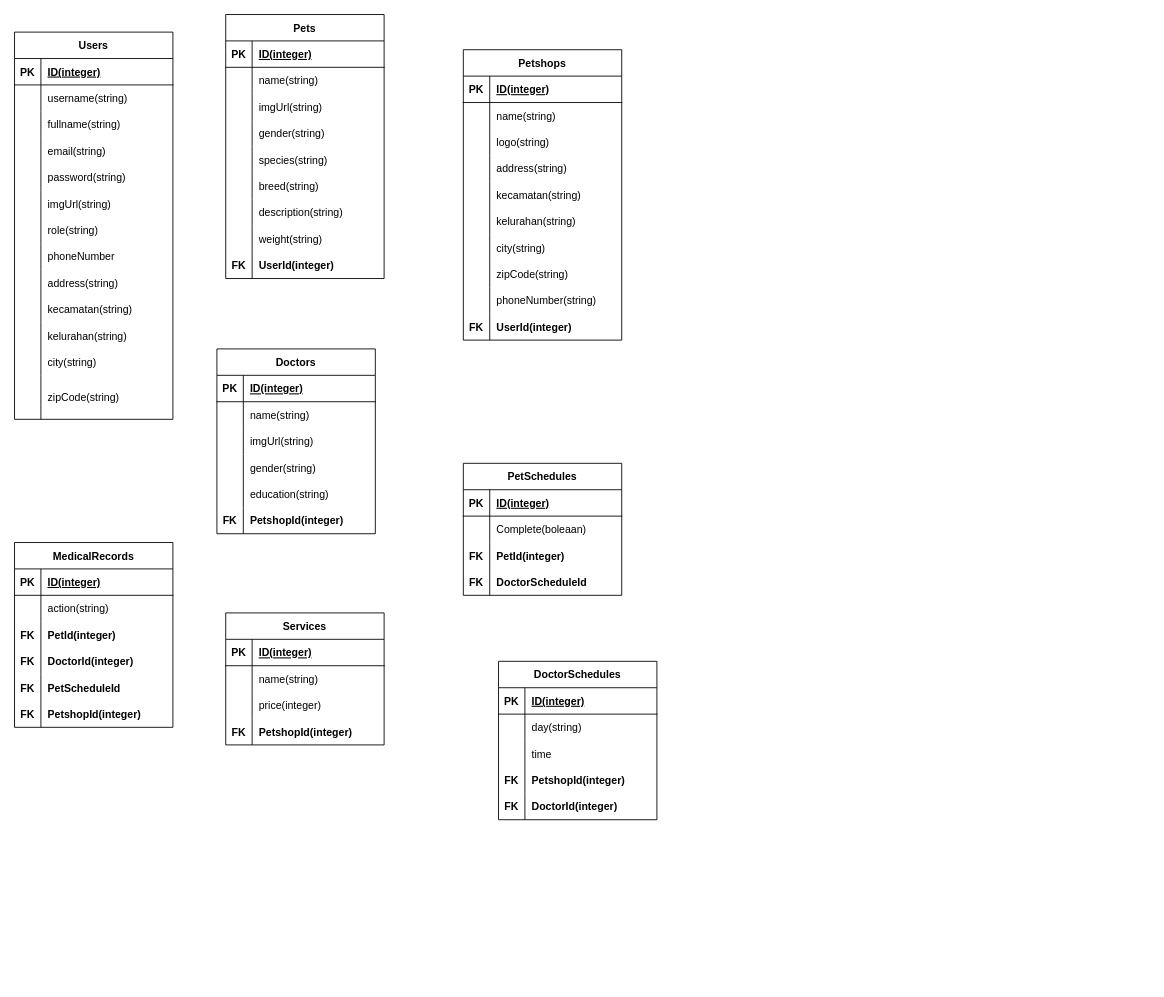
The draw.io diagram petPlus.drawio in Pet-Plus-Hackiv8/fsjs-t1-final-server, before the edit. Source tidied: cells renumbered, new cells numbered last; positions are measured from the earlier drawing's top-left corner, leaving out a move shared by most shapes. Both pictures are drawn from the tidied source at 88%, with x=0, y=0 at pixel (14, 14).
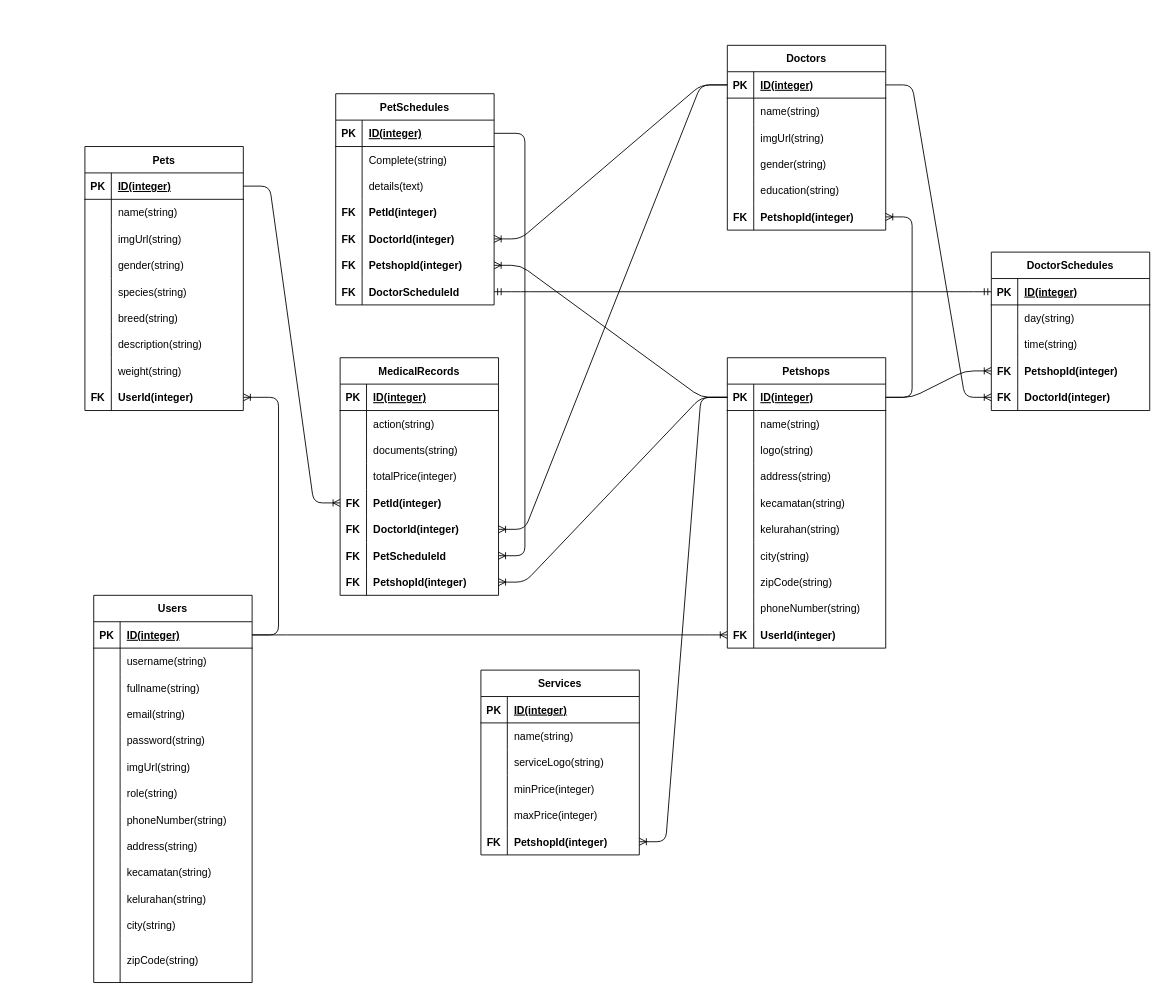
After the change.

Commit message:
feat: finish erd

Unchanged cells that the change refers to:
```xml
<mxCell id="3" style="shape=tableRow;horizontal=0;startSize=0;swimlaneHead=0;swimlaneBody=0;fillColor=none;points=[[0,0.5],[1,0.5]];portConstraint=eastwest;top=0;left=0;right=0;bottom=1;" parent="2" vertex="1">
  <mxGeometry y="30" width="180" height="30" as="geometry" />
</mxCell>
<mxCell id="24" style="shape=tableRow;horizontal=0;startSize=0;swimlaneHead=0;swimlaneBody=0;fillColor=none;top=0;left=0;right=0;bottom=0;" parent="2" vertex="1">
  <mxGeometry y="240" width="180" height="30" as="geometry" />
</mxCell>
<mxCell id="43" style="shape=tableRow;horizontal=0;startSize=0;swimlaneHead=0;swimlaneBody=0;fillColor=none;points=[[0,0.5],[1,0.5]];portConstraint=eastwest;top=0;left=0;right=0;bottom=1;" parent="42" vertex="1">
  <mxGeometry y="30" width="180" height="30" as="geometry" />
</mxCell>
<mxCell id="67" style="shape=tableRow;horizontal=0;startSize=0;swimlaneHead=0;swimlaneBody=0;fillColor=none;points=[[0,0.5],[1,0.5]];portConstraint=eastwest;top=0;left=0;right=0;bottom=0;" parent="42" vertex="1">
  <mxGeometry y="270" width="180" height="30" as="geometry" />
</mxCell>
<mxCell id="71" style="shape=tableRow;horizontal=0;startSize=0;swimlaneHead=0;swimlaneBody=0;fillColor=none;points=[[0,0.5],[1,0.5]];portConstraint=eastwest;top=0;left=0;right=0;bottom=1;" parent="70" vertex="1">
  <mxGeometry y="30" width="180" height="30" as="geometry" />
</mxCell>
<mxCell id="98" style="shape=tableRow;horizontal=0;startSize=0;swimlaneHead=0;swimlaneBody=0;fillColor=none;points=[[0,0.5],[1,0.5]];portConstraint=eastwest;top=0;left=0;right=0;bottom=0;" parent="70" vertex="1">
  <mxGeometry y="300" width="180" height="30" as="geometry" />
</mxCell>
<mxCell id="102" style="shape=tableRow;horizontal=0;startSize=0;swimlaneHead=0;swimlaneBody=0;fillColor=none;points=[[0,0.5],[1,0.5]];portConstraint=eastwest;top=0;left=0;right=0;bottom=1;" parent="101" vertex="1">
  <mxGeometry y="30" width="180" height="30" as="geometry" />
</mxCell>
<mxCell id="117" style="shape=tableRow;horizontal=0;startSize=0;swimlaneHead=0;swimlaneBody=0;fillColor=none;points=[[0,0.5],[1,0.5]];portConstraint=eastwest;top=0;left=0;right=0;bottom=0;" parent="101" vertex="1">
  <mxGeometry y="180" width="180" height="30" as="geometry" />
</mxCell>
<mxCell id="121" style="shape=tableRow;horizontal=0;startSize=0;swimlaneHead=0;swimlaneBody=0;fillColor=none;points=[[0,0.5],[1,0.5]];portConstraint=eastwest;top=0;left=0;right=0;bottom=1;" parent="120" vertex="1">
  <mxGeometry y="30" width="180" height="30" as="geometry" />
</mxCell>
<mxCell id="124" style="shape=tableRow;horizontal=0;startSize=0;swimlaneHead=0;swimlaneBody=0;fillColor=none;top=0;left=0;right=0;bottom=0;" parent="120" vertex="1">
  <mxGeometry y="60" width="180" height="30" as="geometry" />
</mxCell>
<mxCell id="166" style="shape=tableRow;horizontal=0;startSize=0;swimlaneHead=0;swimlaneBody=0;fillColor=none;points=[[0,0.5],[1,0.5]];portConstraint=eastwest;top=0;left=0;right=0;bottom=1;" parent="165" vertex="1">
  <mxGeometry y="30" width="180" height="30" as="geometry" />
</mxCell>
<mxCell id="172" style="shape=tableRow;horizontal=0;startSize=0;swimlaneHead=0;swimlaneBody=0;fillColor=none;top=0;left=0;right=0;bottom=0;" parent="165" vertex="1">
  <mxGeometry y="90" width="180" height="30" as="geometry" />
</mxCell>
<mxCell id="175" style="shape=tableRow;horizontal=0;startSize=0;swimlaneHead=0;swimlaneBody=0;fillColor=none;points=[[0,0.5],[1,0.5]];portConstraint=eastwest;top=0;left=0;right=0;bottom=0;" parent="165" vertex="1">
  <mxGeometry y="120" width="180" height="30" as="geometry" />
</mxCell>
<mxCell id="178" style="shape=tableRow;horizontal=0;startSize=0;swimlaneHead=0;swimlaneBody=0;fillColor=none;points=[[0,0.5],[1,0.5]];portConstraint=eastwest;top=0;left=0;right=0;bottom=0;" parent="165" vertex="1">
  <mxGeometry y="150" width="180" height="30" as="geometry" />
</mxCell>
```

What changed in the source:
```diff
@@
     <mxCell id="2" value="Users" style="shape=table;startSize=30;childLayout=tableLayout;rowLines=0;fontStyle=1;align=center;" parent="1" vertex="1">
-      <mxGeometry y="20" width="180" height="440" as="geometry" />
+      <mxGeometry x="90" y="660" width="180" height="440" as="geometry" />
     </mxCell>
@@
-    <mxCell id="26" value="phoneNumber" style="shape=partialRectangle;fillColor=none;top=0;left=0;bottom=0;right=0;align=left;spacingLeft=6;overflow=hidden;" parent="24" vertex="1">
+    <mxCell id="26" value="phoneNumber(string)" style="shape=partialRectangle;fillColor=none;top=0;left=0;bottom=0;right=0;align=left;spacingLeft=6;overflow=hidden;" parent="24" vertex="1">
       <mxGeometry x="30" width="150" height="30" as="geometry" />
     </mxCell>
@@
     <mxCell id="42" value="Pets" style="shape=table;startSize=30;childLayout=tableLayout;rowLines=0;fontStyle=1;align=center;" parent="1" vertex="1">
-      <mxGeometry x="240" width="180" height="300" as="geometry" />
+      <mxGeometry x="80" y="150" width="180" height="300" as="geometry" />
     </mxCell>
@@
     <mxCell id="70" value="Petshops" style="shape=table;startSize=30;childLayout=tableLayout;rowLines=0;fontStyle=1;align=center;" parent="1" vertex="1">
-      <mxGeometry x="510" y="40" width="180" height="330" as="geometry" />
+      <mxGeometry x="810" y="390" width="180" height="330" as="geometry" />
     </mxCell>
@@
     <mxCell id="101" value="Doctors" style="shape=table;startSize=30;childLayout=tableLayout;rowLines=0;fontStyle=1;align=center;" parent="1" vertex="1">
-      <mxGeometry x="230" y="380" width="180" height="210" as="geometry" />
+      <mxGeometry x="810" y="35" width="180" height="210" as="geometry" />
     </mxCell>
@@
     <mxCell id="120" value="PetSchedules" style="shape=table;startSize=30;childLayout=tableLayout;rowLines=0;fontStyle=1;align=center;" parent="1" vertex="1">
-      <mxGeometry x="510" y="510" width="180" height="150" as="geometry" />
+      <mxGeometry x="365" y="90" width="180" height="240" as="geometry" />
     </mxCell>
@@
-    <mxCell id="126" value="Complete(boleaan)" style="shape=partialRectangle;fillColor=none;top=0;left=0;bottom=0;right=0;align=left;spacingLeft=6;overflow=hidden;" parent="124" vertex="1">
+    <mxCell id="126" value="Complete(string)" style="shape=partialRectangle;fillColor=none;top=0;left=0;bottom=0;right=0;align=left;spacingLeft=6;overflow=hidden;" parent="124" vertex="1">
       <mxGeometry x="30" width="150" height="30" as="geometry" />
     </mxCell>
+    <mxCell id="181" style="shape=tableRow;horizontal=0;startSize=0;swimlaneHead=0;swimlaneBody=0;fillColor=none;top=0;left=0;right=0;bottom=0;" parent="120" vertex="1">
+      <mxGeometry y="90" width="180" height="30" as="geometry" />
+    </mxCell>
+    <mxCell id="182" style="shape=partialRectangle;fillColor=none;top=0;left=0;bottom=0;right=0;overflow=hidden;" parent="181" vertex="1">
+      <mxGeometry width="30" height="30" as="geometry" />
+    </mxCell>
+    <mxCell id="183" value="details(text)" style="shape=partialRectangle;fillColor=none;top=0;left=0;bottom=0;right=0;align=left;spacingLeft=6;overflow=hidden;" parent="181" vertex="1">
+      <mxGeometry x="30" width="150" height="30" as="geometry" />
+    </mxCell>
     <mxCell id="127" style="shape=tableRow;horizontal=0;startSize=0;swimlaneHead=0;swimlaneBody=0;fillColor=none;top=0;left=0;right=0;bottom=0;" parent="120" vertex="1">
-      <mxGeometry y="90" width="180" height="30" as="geometry" />
+      <mxGeometry y="120" width="180" height="30" as="geometry" />
     </mxCell>
@@
+    <mxCell id="184" style="shape=tableRow;horizontal=0;startSize=0;swimlaneHead=0;swimlaneBody=0;fillColor=none;points=[[0,0.5],[1,0.5]];portConstraint=eastwest;top=0;left=0;right=0;bottom=0;" parent="120" vertex="1">
+      <mxGeometry y="150" width="180" height="30" as="geometry" />
+    </mxCell>
+    <mxCell id="185" value="FK" style="shape=partialRectangle;fillColor=none;top=0;left=0;bottom=0;right=0;overflow=hidden;fontStyle=1;" parent="184" vertex="1">
+      <mxGeometry width="30" height="30" as="geometry" />
+    </mxCell>
+    <mxCell id="186" value="DoctorId(integer)" style="shape=partialRectangle;fillColor=none;top=0;left=0;bottom=0;right=0;align=left;spacingLeft=6;overflow=hidden;fontStyle=1;" parent="184" vertex="1">
+      <mxGeometry x="30" width="150" height="30" as="geometry" />
+    </mxCell>
+    <mxCell id="187" style="shape=tableRow;horizontal=0;startSize=0;swimlaneHead=0;swimlaneBody=0;fillColor=none;points=[[0,0.5],[1,0.5]];portConstraint=eastwest;top=0;left=0;right=0;bottom=0;" parent="120" vertex="1">
+      <mxGeometry y="180" width="180" height="30" as="geometry" />
+    </mxCell>
+    <mxCell id="188" value="FK" style="shape=partialRectangle;fillColor=none;top=0;left=0;bottom=0;right=0;overflow=hidden;fontStyle=1;" parent="187" vertex="1">
+      <mxGeometry width="30" height="30" as="geometry" />
+    </mxCell>
+    <mxCell id="189" value="PetshopId(integer)" style="shape=partialRectangle;fillColor=none;top=0;left=0;bottom=0;right=0;align=left;spacingLeft=6;overflow=hidden;fontStyle=1;" parent="187" vertex="1">
+      <mxGeometry x="30" width="150" height="30" as="geometry" />
+    </mxCell>
     <mxCell id="130" style="shape=tableRow;horizontal=0;startSize=0;swimlaneHead=0;swimlaneBody=0;fillColor=none;points=[[0,0.5],[1,0.5]];portConstraint=eastwest;top=0;left=0;right=0;bottom=0;" parent="120" vertex="1">
-      <mxGeometry y="120" width="180" height="30" as="geometry" />
+      <mxGeometry y="210" width="180" height="30" as="geometry" />
     </mxCell>
@@
     <mxCell id="133" value="MedicalRecords" style="shape=table;startSize=30;childLayout=tableLayout;rowLines=0;fontStyle=1;align=center;" parent="1" vertex="1">
-      <mxGeometry y="600" width="180" height="210" as="geometry" />
+      <mxGeometry x="370" y="390" width="180" height="270" as="geometry" />
     </mxCell>
@@
+    <mxCell id="190" style="shape=tableRow;horizontal=0;startSize=0;swimlaneHead=0;swimlaneBody=0;fillColor=none;top=0;left=0;right=0;bottom=0;" parent="133" vertex="1">
+      <mxGeometry y="90" width="180" height="30" as="geometry" />
+    </mxCell>
+    <mxCell id="191" style="shape=partialRectangle;fillColor=none;top=0;left=0;bottom=0;right=0;overflow=hidden;" parent="190" vertex="1">
+      <mxGeometry width="30" height="30" as="geometry" />
+    </mxCell>
+    <mxCell id="192" value="documents(string)" style="shape=partialRectangle;fillColor=none;top=0;left=0;bottom=0;right=0;align=left;spacingLeft=6;overflow=hidden;" parent="190" vertex="1">
+      <mxGeometry x="30" width="150" height="30" as="geometry" />
+    </mxCell>
+    <mxCell id="193" style="shape=tableRow;horizontal=0;startSize=0;swimlaneHead=0;swimlaneBody=0;fillColor=none;top=0;left=0;right=0;bottom=0;" parent="133" vertex="1">
+      <mxGeometry y="120" width="180" height="30" as="geometry" />
+    </mxCell>
+    <mxCell id="194" style="shape=partialRectangle;fillColor=none;top=0;left=0;bottom=0;right=0;overflow=hidden;" parent="193" vertex="1">
+      <mxGeometry width="30" height="30" as="geometry" />
+    </mxCell>
+    <mxCell id="195" value="totalPrice(integer)" style="shape=partialRectangle;fillColor=none;top=0;left=0;bottom=0;right=0;align=left;spacingLeft=6;overflow=hidden;" parent="193" vertex="1">
+      <mxGeometry x="30" width="150" height="30" as="geometry" />
+    </mxCell>
     <mxCell id="140" style="shape=tableRow;horizontal=0;startSize=0;swimlaneHead=0;swimlaneBody=0;fillColor=none;points=[[0,0.5],[1,0.5]];portConstraint=eastwest;top=0;left=0;right=0;bottom=0;" parent="133" vertex="1">
-      <mxGeometry y="90" width="180" height="30" as="geometry" />
+      <mxGeometry y="150" width="180" height="30" as="geometry" />
     </mxCell>
@@
     <mxCell id="143" style="shape=tableRow;horizontal=0;startSize=0;swimlaneHead=0;swimlaneBody=0;fillColor=none;points=[[0,0.5],[1,0.5]];portConstraint=eastwest;top=0;left=0;right=0;bottom=0;" parent="133" vertex="1">
-      <mxGeometry y="120" width="180" height="30" as="geometry" />
+      <mxGeometry y="180" width="180" height="30" as="geometry" />
     </mxCell>
@@
     <mxCell id="146" style="shape=tableRow;horizontal=0;startSize=0;swimlaneHead=0;swimlaneBody=0;fillColor=none;points=[[0,0.5],[1,0.5]];portConstraint=eastwest;top=0;left=0;right=0;bottom=0;" parent="133" vertex="1">
-      <mxGeometry y="150" width="180" height="30" as="geometry" />
+      <mxGeometry y="210" width="180" height="30" as="geometry" />
     </mxCell>
@@
     <mxCell id="149" style="shape=tableRow;horizontal=0;startSize=0;swimlaneHead=0;swimlaneBody=0;fillColor=none;points=[[0,0.5],[1,0.5]];portConstraint=eastwest;top=0;left=0;right=0;bottom=0;" parent="133" vertex="1">
-      <mxGeometry y="180" width="180" height="30" as="geometry" />
+      <mxGeometry y="240" width="180" height="30" as="geometry" />
     </mxCell>
@@
     <mxCell id="152" value="Services" style="shape=table;startSize=30;childLayout=tableLayout;rowLines=0;fontStyle=1;align=center;" parent="1" vertex="1">
-      <mxGeometry x="240" y="680" width="180" height="150" as="geometry" />
+      <mxGeometry x="530" y="745" width="180" height="210" as="geometry" />
     </mxCell>
@@
+    <mxCell id="196" style="shape=tableRow;horizontal=0;startSize=0;swimlaneHead=0;swimlaneBody=0;fillColor=none;top=0;left=0;right=0;bottom=0;" parent="152" vertex="1">
+      <mxGeometry y="90" width="180" height="30" as="geometry" />
+    </mxCell>
+    <mxCell id="197" style="shape=partialRectangle;fillColor=none;top=0;left=0;bottom=0;right=0;overflow=hidden;" parent="196" vertex="1">
+      <mxGeometry width="30" height="30" as="geometry" />
+    </mxCell>
+    <mxCell id="198" value="serviceLogo(string)" style="shape=partialRectangle;fillColor=none;top=0;left=0;bottom=0;right=0;align=left;spacingLeft=6;overflow=hidden;" parent="196" vertex="1">
+      <mxGeometry x="30" width="150" height="30" as="geometry" />
+    </mxCell>
     <mxCell id="159" style="shape=tableRow;horizontal=0;startSize=0;swimlaneHead=0;swimlaneBody=0;fillColor=none;top=0;left=0;right=0;bottom=0;" parent="152" vertex="1">
-      <mxGeometry y="90" width="180" height="30" as="geometry" />
+      <mxGeometry y="120" width="180" height="30" as="geometry" />
     </mxCell>
@@
-    <mxCell id="161" value="price(integer)" style="shape=partialRectangle;fillColor=none;top=0;left=0;bottom=0;right=0;align=left;spacingLeft=6;overflow=hidden;" parent="159" vertex="1">
+    <mxCell id="161" value="minPrice(integer)" style="shape=partialRectangle;fillColor=none;top=0;left=0;bottom=0;right=0;align=left;spacingLeft=6;overflow=hidden;" parent="159" vertex="1">
       <mxGeometry x="30" width="150" height="30" as="geometry" />
     </mxCell>
+    <mxCell id="199" style="shape=tableRow;horizontal=0;startSize=0;swimlaneHead=0;swimlaneBody=0;fillColor=none;top=0;left=0;right=0;bottom=0;" parent="152" vertex="1">
+      <mxGeometry y="150" width="180" height="30" as="geometry" />
+    </mxCell>
+    <mxCell id="200" style="shape=partialRectangle;fillColor=none;top=0;left=0;bottom=0;right=0;overflow=hidden;" parent="199" vertex="1">
+      <mxGeometry width="30" height="30" as="geometry" />
+    </mxCell>
+    <mxCell id="201" value="maxPrice(integer)" style="shape=partialRectangle;fillColor=none;top=0;left=0;bottom=0;right=0;align=left;spacingLeft=6;overflow=hidden;" parent="199" vertex="1">
+      <mxGeometry x="30" width="150" height="30" as="geometry" />
+    </mxCell>
     <mxCell id="162" style="shape=tableRow;horizontal=0;startSize=0;swimlaneHead=0;swimlaneBody=0;fillColor=none;points=[[0,0.5],[1,0.5]];portConstraint=eastwest;top=0;left=0;right=0;bottom=0;" parent="152" vertex="1">
-      <mxGeometry y="120" width="180" height="30" as="geometry" />
+      <mxGeometry y="180" width="180" height="30" as="geometry" />
     </mxCell>
@@
     <mxCell id="165" value="DoctorSchedules" style="shape=table;startSize=30;childLayout=tableLayout;rowLines=0;fontStyle=1;align=center;" parent="1" vertex="1">
-      <mxGeometry x="550" y="735" width="180" height="180" as="geometry" />
+      <mxGeometry x="1110" y="270" width="180" height="180" as="geometry" />
     </mxCell>
@@
-    <mxCell id="174" value="time" style="shape=partialRectangle;fillColor=none;top=0;left=0;bottom=0;right=0;align=left;spacingLeft=6;overflow=hidden;" parent="172" vertex="1">
+    <mxCell id="174" value="time(string)" style="shape=partialRectangle;fillColor=none;top=0;left=0;bottom=0;right=0;align=left;spacingLeft=6;overflow=hidden;" parent="172" vertex="1">
       <mxGeometry x="30" width="150" height="30" as="geometry" />
     </mxCell>
@@
+    <mxCell id="202" style="edgeStyle=entityRelationEdgeStyle;fontSize=12;html=1;endArrow=ERoneToMany;entryX=1;entryY=0.5;entryDx=0;entryDy=0;" parent="1" edge="1" source="3" target="67">
+      <mxGeometry relative="1" as="geometry" />
+    </mxCell>
+    <mxCell id="203" style="edgeStyle=entityRelationEdgeStyle;fontSize=12;html=1;endArrow=ERoneToMany;exitX=1;exitY=0.5;exitDx=0;exitDy=0;entryX=0;entryY=0.5;entryDx=0;entryDy=0;" parent="1" edge="1" source="43" target="140">
+      <mxGeometry relative="1" as="geometry" />
+    </mxCell>
+    <mxCell id="204" style="edgeStyle=entityRelationEdgeStyle;fontSize=12;html=1;endArrow=ERoneToMany;exitX=0;exitY=0.5;exitDx=0;exitDy=0;entryX=1;entryY=0.5;entryDx=0;entryDy=0;" parent="1" edge="1" source="102" target="143">
+      <mxGeometry relative="1" as="geometry" />
+    </mxCell>
+    <mxCell id="205" style="edgeStyle=entityRelationEdgeStyle;fontSize=12;html=1;endArrow=ERoneToMany;" parent="1" edge="1" source="121" target="146">
+      <mxGeometry relative="1" as="geometry" />
+    </mxCell>
+    <mxCell id="206" style="edgeStyle=entityRelationEdgeStyle;fontSize=12;html=1;endArrow=ERoneToMany;exitX=0;exitY=0.5;exitDx=0;exitDy=0;entryX=1;entryY=0.5;entryDx=0;entryDy=0;" parent="1" edge="1" source="71" target="149">
+      <mxGeometry relative="1" as="geometry" />
+    </mxCell>
+    <mxCell id="207" style="edgeStyle=entityRelationEdgeStyle;fontSize=12;html=1;endArrow=ERoneToMany;exitX=0;exitY=0.5;exitDx=0;exitDy=0;" parent="1" edge="1" source="102" target="184">
+      <mxGeometry relative="1" as="geometry" />
+    </mxCell>
+    <mxCell id="208" style="edgeStyle=entityRelationEdgeStyle;fontSize=12;html=1;endArrow=ERoneToMany;exitX=0;exitY=0.5;exitDx=0;exitDy=0;entryX=1;entryY=0.5;entryDx=0;entryDy=0;" parent="1" edge="1" source="71" target="187">
+      <mxGeometry relative="1" as="geometry" />
+    </mxCell>
+    <mxCell id="209" style="edgeStyle=entityRelationEdgeStyle;fontSize=12;html=1;endArrow=ERmandOne;startArrow=ERmandOne;exitX=1;exitY=0.5;exitDx=0;exitDy=0;entryX=0;entryY=0.5;entryDx=0;entryDy=0;" parent="1" edge="1" source="130" target="166">
+      <mxGeometry relative="1" as="geometry" />
+    </mxCell>
+    <mxCell id="210" style="edgeStyle=entityRelationEdgeStyle;fontSize=12;html=1;endArrow=ERoneToMany;exitX=1;exitY=0.5;exitDx=0;exitDy=0;entryX=1;entryY=0.5;entryDx=0;entryDy=0;" parent="1" edge="1" source="71" target="117">
+      <mxGeometry relative="1" as="geometry" />
+    </mxCell>
+    <mxCell id="211" style="edgeStyle=entityRelationEdgeStyle;fontSize=12;html=1;endArrow=ERoneToMany;exitX=1;exitY=0.5;exitDx=0;exitDy=0;entryX=0;entryY=0.5;entryDx=0;entryDy=0;" parent="1" edge="1" source="3" target="98">
+      <mxGeometry relative="1" as="geometry" />
+    </mxCell>
+    <mxCell id="212" style="edgeStyle=entityRelationEdgeStyle;fontSize=12;html=1;endArrow=ERoneToMany;exitX=0;exitY=0.5;exitDx=0;exitDy=0;entryX=1;entryY=0.5;entryDx=0;entryDy=0;" parent="1" edge="1" source="71" target="162">
+      <mxGeometry relative="1" as="geometry" />
+    </mxCell>
+    <mxCell id="213" style="edgeStyle=entityRelationEdgeStyle;fontSize=12;html=1;endArrow=ERoneToMany;exitX=1;exitY=0.5;exitDx=0;exitDy=0;entryX=0;entryY=0.5;entryDx=0;entryDy=0;" parent="1" edge="1" source="71" target="175">
+      <mxGeometry relative="1" as="geometry" />
+    </mxCell>
+    <mxCell id="214" style="edgeStyle=entityRelationEdgeStyle;fontSize=12;html=1;endArrow=ERoneToMany;exitX=1;exitY=0.5;exitDx=0;exitDy=0;entryX=0;entryY=0.5;entryDx=0;entryDy=0;" parent="1" edge="1" source="102" target="178">
+      <mxGeometry relative="1" as="geometry" />
+    </mxCell>
```
